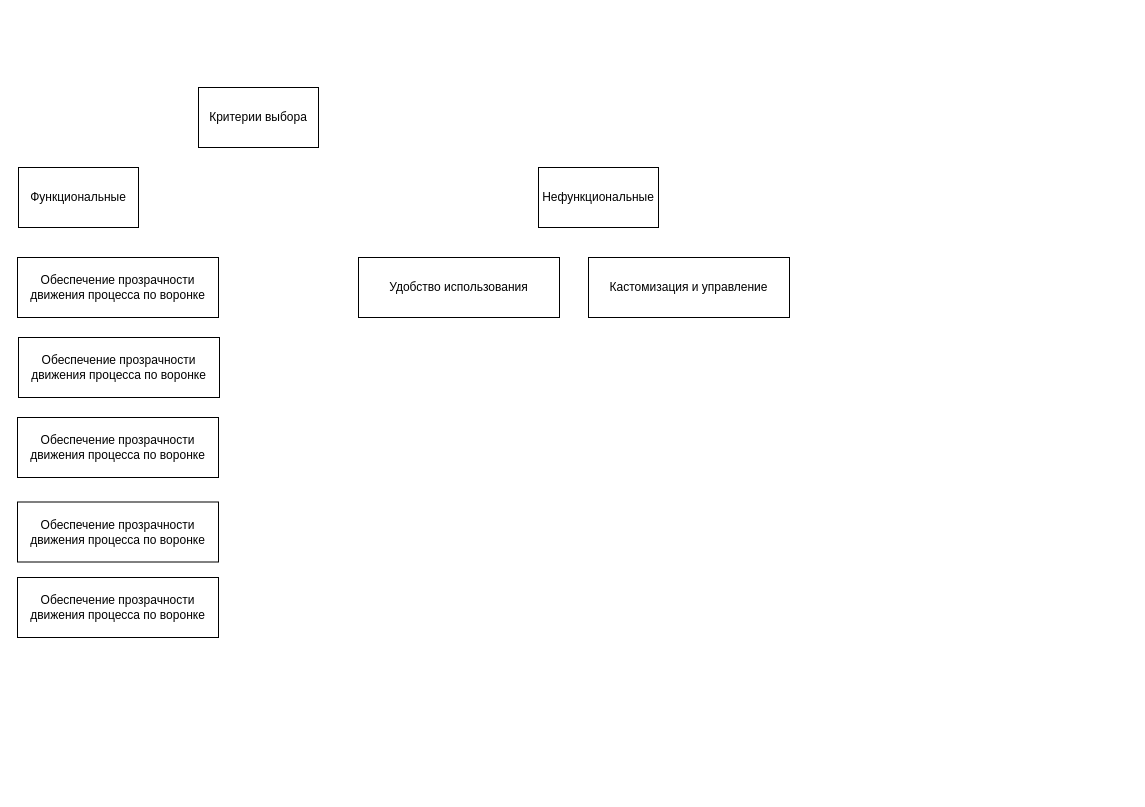
Above: chirokova.drawio in careock/diagrams (draw.io), before the change. Source tidied: cells renumbered, new cells numbered last; positions are measured from the earlier drawing's top-left corner, leaving out a move shared by most shapes. Both pictures are drawn from the tidied source at 100%, with x=0, y=0 at pixel (17, 87).
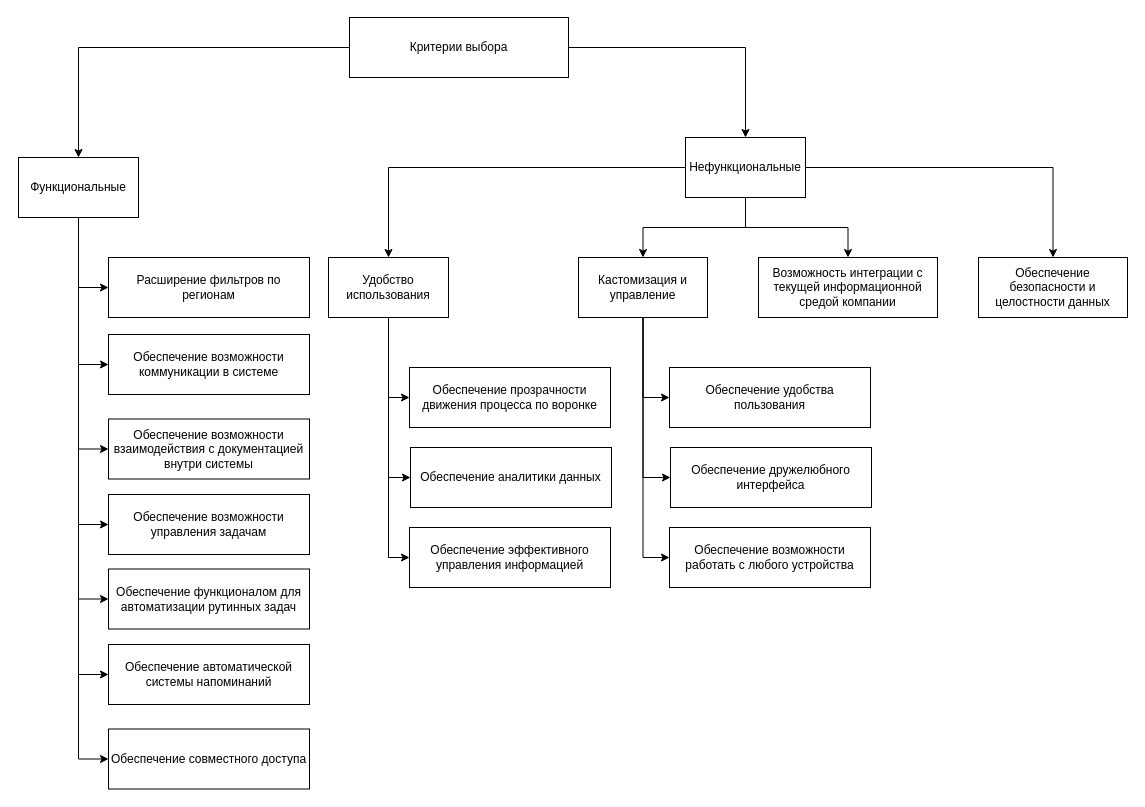
The same diagram, later.

What changed in the source:
```diff
@@
+    <mxCell id="12" style="edgeStyle=orthogonalEdgeStyle;rounded=0;jettySize=auto;html=1;" parent="1" edge="1" source="2" target="3">
+      <mxGeometry relative="1" as="geometry" />
+    </mxCell>
+    <mxCell id="13" style="edgeStyle=orthogonalEdgeStyle;rounded=0;jettySize=auto;html=1;" parent="1" edge="1" source="2" target="4">
+      <mxGeometry relative="1" as="geometry" />
+    </mxCell>
     <mxCell id="2" value="Критерии выбора" style="rounded=0;whiteSpace=wrap;html=1;" parent="1" vertex="1">
-      <mxGeometry x="181" width="120" height="60" as="geometry" />
+      <mxGeometry x="332" y="-70" width="219" height="60" as="geometry" />
     </mxCell>
+    <mxCell id="14" style="edgeStyle=orthogonalEdgeStyle;rounded=0;jettySize=auto;html=1;entryX=0;entryY=0.5;entryDx=0;entryDy=0;" parent="1" edge="1" source="3" target="34">
+      <mxGeometry relative="1" as="geometry" />
+    </mxCell>
+    <mxCell id="15" style="edgeStyle=orthogonalEdgeStyle;rounded=0;jettySize=auto;html=1;entryX=0;entryY=0.5;entryDx=0;entryDy=0;" parent="1" edge="1" source="3" target="35">
+      <mxGeometry relative="1" as="geometry" />
+    </mxCell>
+    <mxCell id="16" style="edgeStyle=orthogonalEdgeStyle;rounded=0;jettySize=auto;html=1;entryX=0;entryY=0.5;entryDx=0;entryDy=0;" parent="1" edge="1" source="3" target="36">
+      <mxGeometry relative="1" as="geometry" />
+    </mxCell>
+    <mxCell id="17" style="edgeStyle=orthogonalEdgeStyle;rounded=0;jettySize=auto;html=1;entryX=0;entryY=0.5;entryDx=0;entryDy=0;" parent="1" edge="1" source="3" target="37">
+      <mxGeometry relative="1" as="geometry" />
+    </mxCell>
+    <mxCell id="18" style="edgeStyle=orthogonalEdgeStyle;rounded=0;jettySize=auto;html=1;entryX=0;entryY=0.5;entryDx=0;entryDy=0;" parent="1" edge="1" source="3" target="38">
+      <mxGeometry relative="1" as="geometry" />
+    </mxCell>
+    <mxCell id="19" style="edgeStyle=orthogonalEdgeStyle;rounded=0;jettySize=auto;html=1;entryX=0;entryY=0.5;entryDx=0;entryDy=0;" parent="1" edge="1" source="3" target="39">
+      <mxGeometry relative="1" as="geometry" />
+    </mxCell>
+    <mxCell id="20" style="edgeStyle=orthogonalEdgeStyle;rounded=0;jettySize=auto;html=1;entryX=0;entryY=0.5;entryDx=0;entryDy=0;" parent="1" edge="1" source="3" target="40">
+      <mxGeometry relative="1" as="geometry" />
+    </mxCell>
     <mxCell id="3" value="Функциональные" style="rounded=0;whiteSpace=wrap;html=1;" parent="1" vertex="1">
-      <mxGeometry x="1" y="80" width="120" height="60" as="geometry" />
+      <mxGeometry x="1" y="70" width="120" height="60" as="geometry" />
     </mxCell>
+    <mxCell id="21" style="edgeStyle=orthogonalEdgeStyle;rounded=0;jettySize=auto;html=1;" parent="1" edge="1" source="4" target="10">
+      <mxGeometry relative="1" as="geometry" />
+    </mxCell>
+    <mxCell id="22" style="edgeStyle=orthogonalEdgeStyle;rounded=0;jettySize=auto;html=1;" parent="1" edge="1" source="4" target="11">
+      <mxGeometry relative="1" as="geometry" />
+    </mxCell>
+    <mxCell id="23" style="edgeStyle=orthogonalEdgeStyle;rounded=0;jettySize=auto;html=1;" parent="1" edge="1" source="4" target="8">
+      <mxGeometry relative="1" as="geometry" />
+    </mxCell>
+    <mxCell id="24" style="edgeStyle=orthogonalEdgeStyle;rounded=0;jettySize=auto;html=1;" parent="1" edge="1" source="4" target="9">
+      <mxGeometry relative="1" as="geometry" />
+    </mxCell>
     <mxCell id="4" value="Нефункциональные" style="rounded=0;whiteSpace=wrap;html=1;" parent="1" vertex="1">
-      <mxGeometry x="521" y="80" width="120" height="60" as="geometry" />
+      <mxGeometry x="668" y="50" width="120" height="60" as="geometry" />
     </mxCell>
     <mxCell id="5" value="Обеспечение прозрачности движения процесса по воронке" style="rounded=0;whiteSpace=wrap;html=1;" parent="1" vertex="1">
-      <mxGeometry y="170" width="201" height="60" as="geometry" />
+      <mxGeometry x="392" y="280" width="201" height="60" as="geometry" />
     </mxCell>
-    <mxCell id="6" value="Обеспечение прозрачности движения процесса по воронке" style="rounded=0;whiteSpace=wrap;html=1;" parent="1" vertex="1">
-      <mxGeometry x="1" y="250" width="201" height="60" as="geometry" />
+    <mxCell id="6" value="Обеспечение аналитики данных" style="rounded=0;whiteSpace=wrap;html=1;" parent="1" vertex="1">
+      <mxGeometry x="393" y="360" width="201" height="60" as="geometry" />
     </mxCell>
-    <mxCell id="7" value="Обеспечение прозрачности движения процесса по воронке" style="rounded=0;whiteSpace=wrap;html=1;" parent="1" vertex="1">
-      <mxGeometry y="330" width="201" height="60" as="geometry" />
+    <mxCell id="7" value="Обеспечение эффективного управления информацией" style="rounded=0;whiteSpace=wrap;html=1;" parent="1" vertex="1">
+      <mxGeometry x="392" y="440" width="201" height="60" as="geometry" />
     </mxCell>
-    <mxCell id="8" value="Обеспечение прозрачности движения процесса по воронке" style="rounded=0;whiteSpace=wrap;html=1;" parent="1" vertex="1">
-      <mxGeometry y="414.5" width="201" height="60" as="geometry" />
+    <mxCell id="8" value="Возможность интеграции с текущей информационной средой компании" style="rounded=0;whiteSpace=wrap;html=1;" parent="1" vertex="1">
+      <mxGeometry x="741" y="170" width="179" height="60" as="geometry" />
     </mxCell>
-    <mxCell id="9" value="Обеспечение прозрачности движения процесса по воронке" style="rounded=0;whiteSpace=wrap;html=1;" parent="1" vertex="1">
-      <mxGeometry y="490" width="201" height="60" as="geometry" />
+    <mxCell id="9" value="Обеспечение безопасности и целостности данных" style="rounded=0;whiteSpace=wrap;html=1;" parent="1" vertex="1">
+      <mxGeometry x="961" y="170" width="149" height="60" as="geometry" />
     </mxCell>
+    <mxCell id="25" style="edgeStyle=orthogonalEdgeStyle;rounded=0;jettySize=auto;html=1;entryX=0;entryY=0.5;entryDx=0;entryDy=0;" parent="1" edge="1" source="10" target="5">
+      <mxGeometry relative="1" as="geometry" />
+    </mxCell>
+    <mxCell id="26" style="edgeStyle=orthogonalEdgeStyle;rounded=0;jettySize=auto;html=1;entryX=0;entryY=0.5;entryDx=0;entryDy=0;" parent="1" edge="1" source="10" target="6">
+      <mxGeometry relative="1" as="geometry" />
+    </mxCell>
+    <mxCell id="27" style="edgeStyle=orthogonalEdgeStyle;rounded=0;jettySize=auto;html=1;entryX=0;entryY=0.5;entryDx=0;entryDy=0;" parent="1" edge="1" source="10" target="7">
+      <mxGeometry relative="1" as="geometry" />
+    </mxCell>
     <mxCell id="10" value="Удобство использования" style="rounded=0;whiteSpace=wrap;html=1;" parent="1" vertex="1">
-      <mxGeometry x="341" y="170" width="201" height="60" as="geometry" />
+      <mxGeometry x="311" y="170" width="120" height="60" as="geometry" />
     </mxCell>
+    <mxCell id="28" style="edgeStyle=orthogonalEdgeStyle;rounded=0;jettySize=auto;html=1;entryX=0;entryY=0.5;entryDx=0;entryDy=0;" parent="1" edge="1" source="11" target="31">
+      <mxGeometry relative="1" as="geometry" />
+    </mxCell>
+    <mxCell id="29" style="edgeStyle=orthogonalEdgeStyle;rounded=0;jettySize=auto;html=1;entryX=0;entryY=0.5;entryDx=0;entryDy=0;" parent="1" edge="1" source="11" target="32">
+      <mxGeometry relative="1" as="geometry" />
+    </mxCell>
+    <mxCell id="30" style="edgeStyle=orthogonalEdgeStyle;rounded=0;jettySize=auto;html=1;entryX=0;entryY=0.5;entryDx=0;entryDy=0;" parent="1" edge="1" source="11" target="33">
+      <mxGeometry relative="1" as="geometry" />
+    </mxCell>
     <mxCell id="11" value="Кастомизация и управление" style="rounded=0;whiteSpace=wrap;html=1;" parent="1" vertex="1">
-      <mxGeometry x="571" y="170" width="201" height="60" as="geometry" />
+      <mxGeometry x="561" y="170" width="129" height="60" as="geometry" />
     </mxCell>
+    <mxCell id="31" value="Обеспечение удобства пользования" style="rounded=0;whiteSpace=wrap;html=1;" parent="1" vertex="1">
+      <mxGeometry x="652" y="280" width="201" height="60" as="geometry" />
+    </mxCell>
+    <mxCell id="32" value="Обеспечение дружелюбного интерфейса" style="rounded=0;whiteSpace=wrap;html=1;" parent="1" vertex="1">
+      <mxGeometry x="653" y="360" width="201" height="60" as="geometry" />
+    </mxCell>
+    <mxCell id="33" value="Обеспечение возможности работать с любого устройства" style="rounded=0;whiteSpace=wrap;html=1;" parent="1" vertex="1">
+      <mxGeometry x="652" y="440" width="201" height="60" as="geometry" />
+    </mxCell>
+    <mxCell id="34" value="Расширение фильтров по регионам" style="rounded=0;whiteSpace=wrap;html=1;" parent="1" vertex="1">
+      <mxGeometry x="91" y="170" width="201" height="60" as="geometry" />
+    </mxCell>
+    <mxCell id="35" value="Обеспечение возможности коммуникации в системе" style="rounded=0;whiteSpace=wrap;html=1;" parent="1" vertex="1">
+      <mxGeometry x="91" y="247" width="201" height="60" as="geometry" />
+    </mxCell>
+    <mxCell id="36" value="Обеспечение возможности взаимодействия с документацией внутри системы" style="rounded=0;whiteSpace=wrap;html=1;" parent="1" vertex="1">
+      <mxGeometry x="91" y="331.5" width="201" height="60" as="geometry" />
+    </mxCell>
+    <mxCell id="37" value="Обеспечение возможности управления задачам" style="rounded=0;whiteSpace=wrap;html=1;" parent="1" vertex="1">
+      <mxGeometry x="91" y="407" width="201" height="60" as="geometry" />
+    </mxCell>
+    <mxCell id="38" value="Обеспечение функционалом для автоматизации рутинных задач" style="rounded=0;whiteSpace=wrap;html=1;" parent="1" vertex="1">
+      <mxGeometry x="91" y="481.5" width="201" height="60" as="geometry" />
+    </mxCell>
+    <mxCell id="39" value="Обеспечение автоматической системы напоминаний" style="rounded=0;whiteSpace=wrap;html=1;" parent="1" vertex="1">
+      <mxGeometry x="91" y="557" width="201" height="60" as="geometry" />
+    </mxCell>
+    <mxCell id="40" value="Обеспечение совместного доступа" style="rounded=0;whiteSpace=wrap;html=1;" parent="1" vertex="1">
+      <mxGeometry x="91" y="641.5" width="201" height="60" as="geometry" />
+    </mxCell>
```
